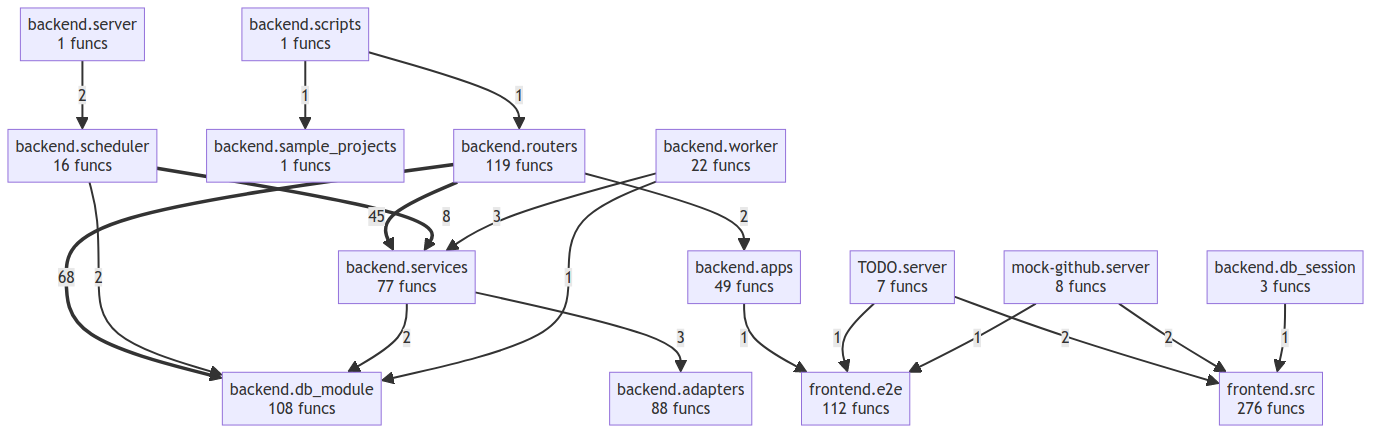
Before: project/compact_flow.png, a diagram exported from Mermaid (semcod/www). Its source is kept beside it as project/compact_flow.mmd.
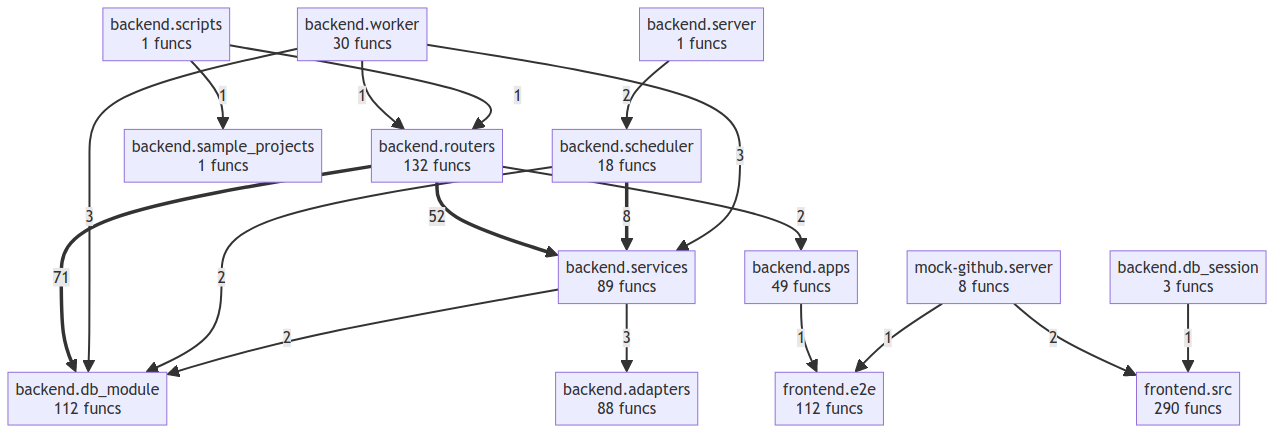
After the commit.

Change to the diagram source:
```diff
@@ -1,34 +1,32 @@
 flowchart TD
-    TODO__server["TODO.server<br/>7 funcs"]
     backend__adapters["backend.adapters<br/>88 funcs"]
     backend__apps["backend.apps<br/>49 funcs"]
-    backend__db_module["backend.db_module<br/>108 funcs"]
+    backend__db_module["backend.db_module<br/>112 funcs"]
     backend__db_session["backend.db_session<br/>3 funcs"]
-    backend__routers["backend.routers<br/>119 funcs"]
+    backend__routers["backend.routers<br/>132 funcs"]
     backend__sample_projects["backend.sample_projects<br/>1 funcs"]
-    backend__scheduler["backend.scheduler<br/>16 funcs"]
+    backend__scheduler["backend.scheduler<br/>18 funcs"]
     backend__scripts["backend.scripts<br/>1 funcs"]
     backend__server["backend.server<br/>1 funcs"]
-    backend__services["backend.services<br/>77 funcs"]
-    backend__worker["backend.worker<br/>22 funcs"]
+    backend__services["backend.services<br/>89 funcs"]
+    backend__worker["backend.worker<br/>30 funcs"]
     frontend__e2e["frontend.e2e<br/>112 funcs"]
-    frontend__src["frontend.src<br/>276 funcs"]
+    frontend__src["frontend.src<br/>290 funcs"]
     mock_github__server["mock-github.server<br/>8 funcs"]
-    backend__routers ==>|68| backend__db_module
-    backend__routers ==>|45| backend__services
+    backend__routers ==>|71| backend__db_module
+    backend__routers ==>|52| backend__services
     backend__scheduler ==>|8| backend__services
     backend__services -->|3| backend__adapters
+    backend__worker -->|3| backend__db_module
     backend__worker -->|3| backend__services
     backend__server -->|2| backend__scheduler
     backend__scheduler -->|2| backend__db_module
     backend__services -->|2| backend__db_module
     backend__routers -->|2| backend__apps
-    TODO__server -->|2| frontend__src
     mock_github__server -->|2| frontend__src
     backend__db_session -->|1| frontend__src
-    backend__worker -->|1| backend__db_module
+    backend__worker -->|1| backend__routers
     backend__scripts -->|1| backend__sample_projects
     backend__scripts -->|1| backend__routers
     backend__apps -->|1| frontend__e2e
-    TODO__server -->|1| frontend__e2e
     mock_github__server -->|1| frontend__e2e
```
